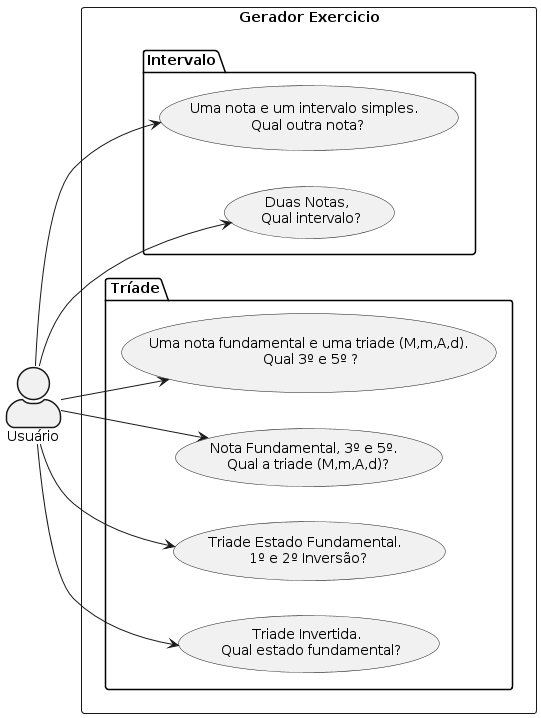
Before: c++/projects/notas/documetation/usecase.png, a diagram exported from PlantUML (marcuswlima/learning).
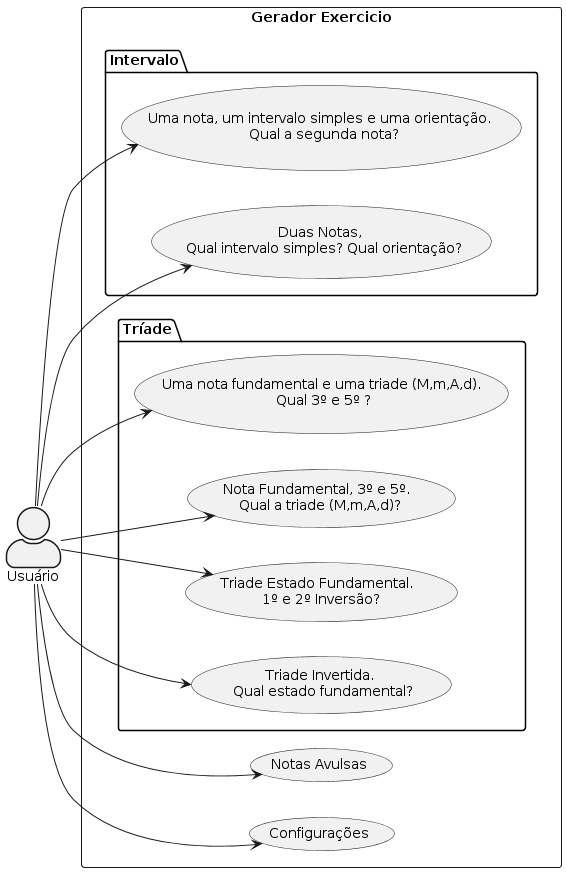
After the commit.

Diff of the diagram source:
```diff
@@ -2,9 +2,10 @@
 left to right direction
 skinparam actorStyle awesome
 rectangle "Gerador Exercicio" {
+    "Notas Avulsas"as (Use08)
     Package "Intervalo"{
-      "Uma nota e um intervalo simples. \n Qual outra nota?" as (Use01)
-      "Duas Notas, \n Qual intervalo?" as (Use02)
+      "Uma nota, um intervalo simples e uma orientação. \n Qual a segunda nota?" as (Use01)
+      "Duas Notas, \n Qual intervalo simples? Qual orientação?" as (Use02)
     }
     Package "Tríade"{
      "Uma nota fundamental e uma triade (M,m,A,d).\n Qual 3º e 5º ?" as (Use03)
@@ -12,6 +13,7 @@
      "Triade Estado Fundamental. \n 1º e 2º Inversão?" as (Use05)
      "Triade Invertida. \n Qual estado fundamental?" as (Use06)
     }
+    "Configurações"as (Use07)
 }
 :Usuário: --> (Use01)
 :Usuário: --> (Use02)
@@ -19,4 +21,6 @@
 :Usuário: --> (Use04)
 :Usuário: --> (Use05)
 :Usuário: --> (Use06)
+:Usuário: --> (Use07)
+:Usuário: --> (Use08)
 @enduml
```
